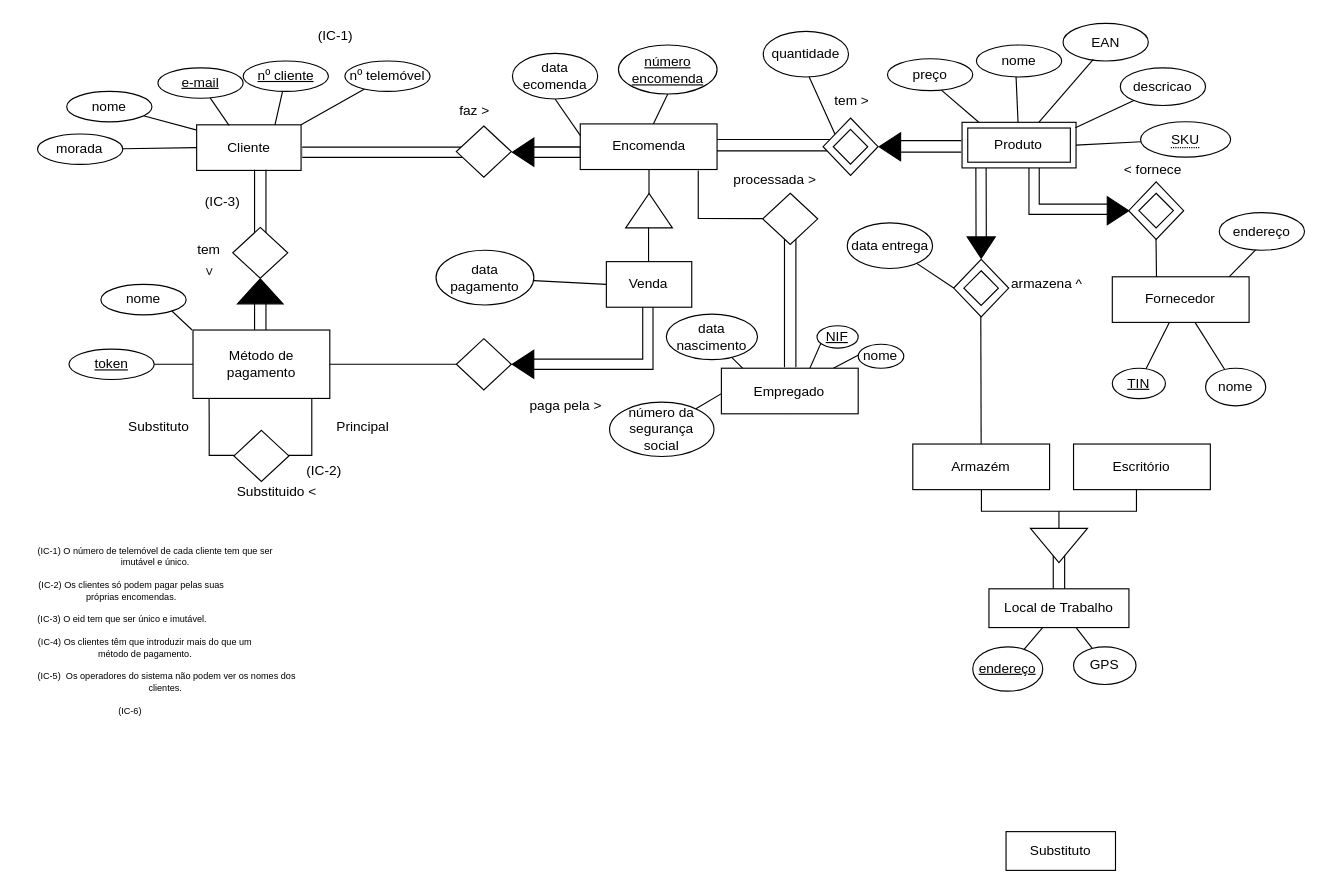
Earlier version of the draw.io diagram Diagrama sem nome.drawio (SamuelGoncalves8/Bd-project). Source tidied: cells renumbered, new cells numbered last; positions are measured from the earlier drawing's top-left corner, leaving out a move shared by most shapes. Both pictures are drawn from the tidied source at 114%, with x=0, y=0 at pixel (19, 18).
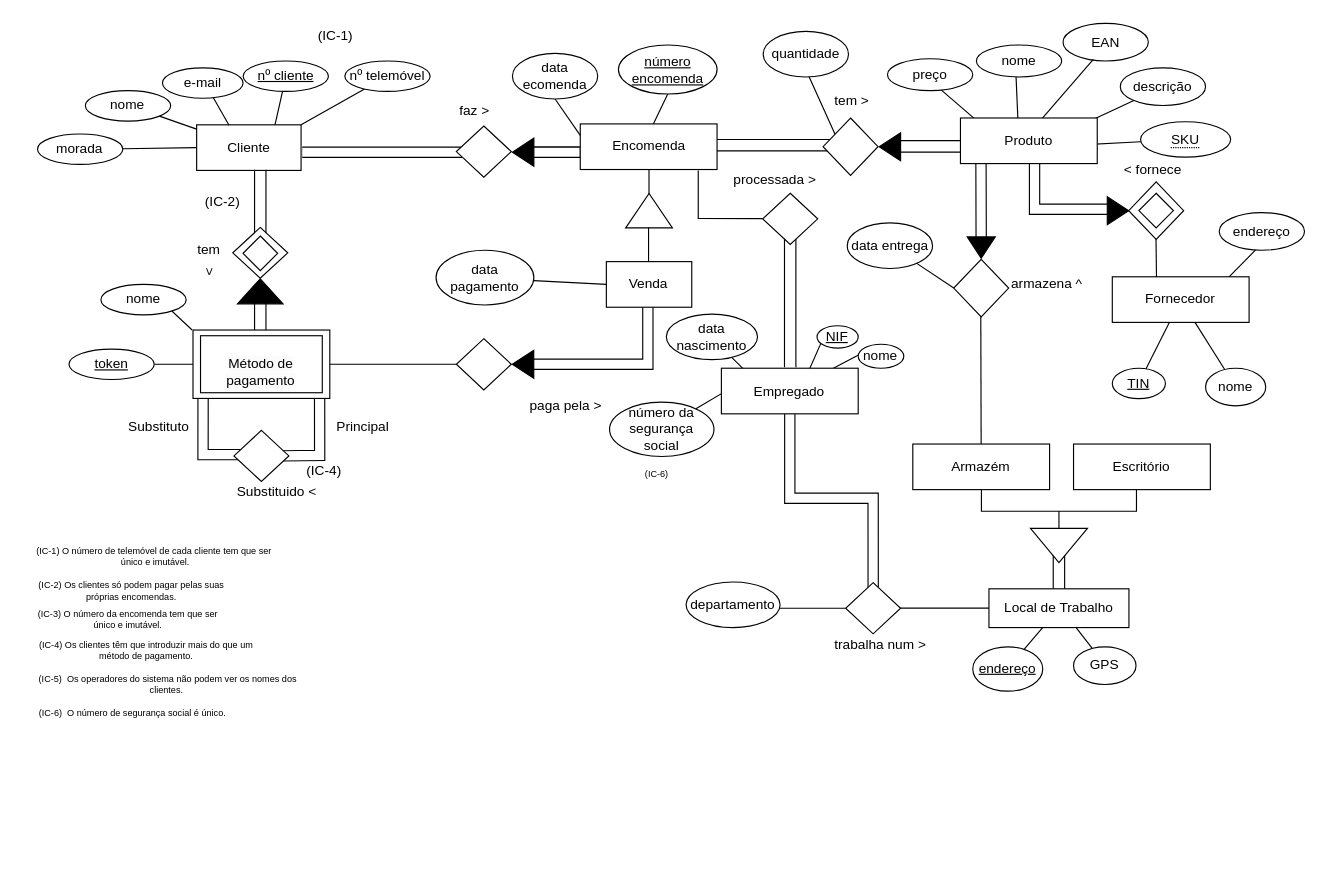
After the change.

The change refers to these unchanged cells:
```xml
<mxCell id="23" value="&lt;div&gt;Cliente&lt;/div&gt;" style="rounded=0;whiteSpace=wrap;html=1;" parent="1" vertex="1">
  <mxGeometry x="155" y="93" width="91.6" height="40" as="geometry" />
</mxCell>
<mxCell id="63" value="preço" style="ellipse;whiteSpace=wrap;html=1;" parent="1" vertex="1">
  <mxGeometry x="761" y="35" width="74.8" height="28" as="geometry" />
</mxCell>
<mxCell id="64" value="nome" style="ellipse;whiteSpace=wrap;html=1;" parent="1" vertex="1">
  <mxGeometry x="839" y="23" width="74.8" height="28" as="geometry" />
</mxCell>
<mxCell id="66" value="&lt;span style=&quot;border-bottom: 1px dotted&quot;&gt;SKU&lt;/span&gt;" style="ellipse;whiteSpace=wrap;html=1;align=center;" parent="1" vertex="1">
  <mxGeometry x="983" y="90.3" width="79" height="31" as="geometry" />
</mxCell>
<mxCell id="67" value="EAN" style="ellipse;whiteSpace=wrap;html=1;" parent="1" vertex="1">
  <mxGeometry x="915" y="4" width="74.8" height="33" as="geometry" />
</mxCell>
<mxCell id="102" style="rhombus;whiteSpace=wrap;html=1;" parent="1" vertex="1">
  <mxGeometry x="187.7" y="361" width="48.2" height="44.9" as="geometry" />
</mxCell>
<mxCell id="116" value="Empregado" style="rounded=0;whiteSpace=wrap;html=1;" parent="1" vertex="1">
  <mxGeometry x="615.3" y="306.5" width="120" height="40" as="geometry" />
</mxCell>
```

Diff of the diagram source:
```diff
@@
+    <mxCell id="127" style="shape=filledEdge;curved=0;rounded=0;fixDash=1;endArrow=none;strokeWidth=10;fillColor=#ffffff;edgeStyle=orthogonalEdgeStyle;html=1;entryX=0.978;entryY=0.905;entryDx=0;entryDy=0;entryPerimeter=0;" parent="1" edge="1" target="136">
+      <mxGeometry relative="1" as="geometry">
+        <mxPoint x="229" y="383.4" as="sourcePoint" />
+        <Array as="points">
+          <mxPoint x="230" y="383" />
+          <mxPoint x="263" y="383" />
+        </Array>
+      </mxGeometry>
+    </mxCell>
+    <mxCell id="128" style="shape=filledEdge;curved=0;rounded=0;fixDash=1;endArrow=none;strokeWidth=10;fillColor=#ffffff;edgeStyle=orthogonalEdgeStyle;html=1;exitX=0.021;exitY=0.898;exitDx=0;exitDy=0;exitPerimeter=0;entryX=0.152;entryY=0.474;entryDx=0;entryDy=0;entryPerimeter=0;" parent="1" edge="1" source="136" target="102">
+      <mxGeometry relative="1" as="geometry">
+        <Array as="points">
+          <mxPoint x="161" y="382" />
+        </Array>
+      </mxGeometry>
+    </mxCell>
+    <mxCell id="129" style="shape=filledEdge;curved=0;rounded=0;fixDash=1;endArrow=none;strokeWidth=10;fillColor=#ffffff;edgeStyle=orthogonalEdgeStyle;html=1;exitX=0.5;exitY=1;exitDx=0;exitDy=0;entryX=0.501;entryY=0.188;entryDx=0;entryDy=0;entryPerimeter=0;" parent="1" edge="1" source="116" target="131">
+      <mxGeometry relative="1" as="geometry" />
+    </mxCell>
@@
-    <mxCell id="13" style="shape=filledEdge;curved=0;rounded=0;fixDash=1;endArrow=none;strokeWidth=10;fillColor=#ffffff;edgeStyle=orthogonalEdgeStyle;html=1;exitX=0.632;exitY=0.976;exitDx=0;exitDy=0;exitPerimeter=0;" parent="1" edge="1" source="62">
+    <mxCell id="13" style="shape=filledEdge;curved=0;rounded=0;fixDash=1;endArrow=none;strokeWidth=10;fillColor=#ffffff;edgeStyle=orthogonalEdgeStyle;html=1;" parent="1" edge="1" source="62">
       <mxGeometry relative="1" as="geometry">
         <mxPoint x="955" y="167" as="targetPoint" />
         <Array as="points">
           <mxPoint x="890" y="167" />
         </Array>
       </mxGeometry>
     </mxCell>
-    <mxCell id="14" style="endArrow=none;html=1;rounded=0;entryX=0.464;entryY=0.942;entryDx=0;entryDy=0;entryPerimeter=0;" parent="1" edge="1" source="62" target="64">
-      <mxGeometry relative="1" as="geometry" />
+    <mxCell id="14" style="endArrow=none;html=1;rounded=0;entryX=0.464;entryY=0.942;entryDx=0;entryDy=0;entryPerimeter=0;" parent="1" edge="1" target="64">
+      <mxGeometry relative="1" as="geometry">
+        <mxPoint x="875.5" y="90.8" as="sourcePoint" />
+      </mxGeometry>
     </mxCell>
-    <mxCell id="15" style="endArrow=none;html=1;rounded=0;exitX=0.175;exitY=0.059;exitDx=0;exitDy=0;entryX=0.605;entryY=0.923;entryDx=0;entryDy=0;entryPerimeter=0;exitPerimeter=0;" parent="1" edge="1" source="62" target="63">
-      <mxGeometry relative="1" as="geometry" />
+    <mxCell id="15" style="endArrow=none;html=1;rounded=0;exitX=0.175;exitY=0.059;exitDx=0;exitDy=0;entryX=0.605;entryY=0.923;entryDx=0;entryDy=0;entryPerimeter=0;exitPerimeter=0;" parent="1" edge="1" target="63">
+      <mxGeometry relative="1" as="geometry">
+        <mxPoint x="843.9" y="93.2" as="sourcePoint" />
+      </mxGeometry>
     </mxCell>
@@
-    <mxCell id="26" style="endArrow=none;html=1;rounded=0;exitX=0.31;exitY=0.011;exitDx=0;exitDy=0;exitPerimeter=0;" parent="1" edge="1" source="23" target="27">
+    <mxCell id="26" style="endArrow=none;html=1;rounded=0;exitX=0.31;exitY=0.011;exitDx=0;exitDy=0;exitPerimeter=0;entryX=0.609;entryY=0.879;entryDx=0;entryDy=0;entryPerimeter=0;" parent="1" edge="1" source="23" target="27">
       <mxGeometry relative="1" as="geometry" />
     </mxCell>
-    <mxCell id="27" value="e-mail" style="ellipse;whiteSpace=wrap;html=1;fontStyle=4;" parent="1" vertex="1">
-      <mxGeometry x="121" y="43" width="74.8" height="26.7" as="geometry" />
-    </mxCell>
@@
     <mxCell id="32" value="nome" style="ellipse;whiteSpace=wrap;html=1;" parent="1" vertex="1">
-      <mxGeometry x="41" y="63.7" width="74.8" height="26.7" as="geometry" />
+      <mxGeometry x="57.4" y="63" width="74.8" height="26.7" as="geometry" />
     </mxCell>
@@
-    <mxCell id="41" value="Substituto" style="rounded=0;whiteSpace=wrap;html=1;" parent="1" vertex="1">
-      <mxGeometry x="865" y="713" width="96" height="34" as="geometry" />
-    </mxCell>
-    <mxCell id="42" style="endArrow=none;html=1;rounded=0;entryX=0.159;entryY=1.01;entryDx=0;entryDy=0;entryPerimeter=0;" parent="1" edge="1">
-      <mxGeometry relative="1" as="geometry">
-        <mxPoint x="196" y="383" as="sourcePoint" />
-        <mxPoint x="165.9" y="333.6" as="targetPoint" />
-        <Array as="points">
-          <mxPoint x="166" y="383" />
-          <mxPoint x="166" y="353" />
-        </Array>
-      </mxGeometry>
-    </mxCell>
@@
-    <mxCell id="44" value="&lt;div&gt;&lt;font style=&quot;font-size: 12px;&quot;&gt;(IC-2)&lt;/font&gt;&lt;/div&gt;" style="text;html=1;strokeColor=none;fillColor=none;align=center;verticalAlign=middle;whiteSpace=wrap;rounded=0;fontSize=8;" parent="1" vertex="1">
+    <mxCell id="44" value="&lt;div&gt;&lt;font style=&quot;font-size: 12px;&quot;&gt;(IC-4)&lt;/font&gt;&lt;/div&gt;" style="text;html=1;strokeColor=none;fillColor=none;align=center;verticalAlign=middle;whiteSpace=wrap;rounded=0;fontSize=8;" parent="1" vertex="1">
       <mxGeometry x="235" y="381" width="64.2" height="32" as="geometry" />
     </mxCell>
@@
-    <mxCell id="46" style="endArrow=none;html=1;rounded=0;" parent="1" edge="1">
-      <mxGeometry relative="1" as="geometry">
-        <mxPoint x="245" y="383" as="sourcePoint" />
-        <mxPoint x="256" y="333" as="targetPoint" />
-        <Array as="points">
-          <mxPoint x="225" y="383" />
-          <mxPoint x="256" y="383" />
-          <mxPoint x="256" y="363" />
-          <mxPoint x="256" y="344" />
-        </Array>
-      </mxGeometry>
-    </mxCell>
@@
-    <mxCell id="57" value="Método de pagamento" style="rounded=0;whiteSpace=wrap;html=1;" parent="1" vertex="1">
+    <mxCell id="57" style="rounded=0;whiteSpace=wrap;html=1;" parent="1" vertex="1">
       <mxGeometry x="151.8" y="273" width="120" height="60" as="geometry" />
     </mxCell>
@@
-    <mxCell id="62" value="Produto" style="shape=ext;margin=3;double=1;whiteSpace=wrap;html=1;align=center;" parent="1" vertex="1">
-      <mxGeometry x="826.4" y="90.8" width="100" height="40" as="geometry" />
-    </mxCell>
@@
-    <mxCell id="65" value="descricao" style="ellipse;whiteSpace=wrap;html=1;" parent="1" vertex="1">
+    <mxCell id="65" value="descrição" style="ellipse;whiteSpace=wrap;html=1;" parent="1" vertex="1">
       <mxGeometry x="965.2" y="43" width="74.8" height="33" as="geometry" />
     </mxCell>
@@
-    <mxCell id="69" style="endArrow=none;html=1;rounded=0;entryX=0.355;entryY=0.957;entryDx=0;entryDy=0;entryPerimeter=0;" parent="1" edge="1" source="62" target="67">
-      <mxGeometry relative="1" as="geometry" />
+    <mxCell id="69" style="endArrow=none;html=1;rounded=0;entryX=0.355;entryY=0.957;entryDx=0;entryDy=0;entryPerimeter=0;" parent="1" edge="1" target="67">
+      <mxGeometry relative="1" as="geometry">
+        <mxPoint x="893.7" y="90.8" as="sourcePoint" />
+      </mxGeometry>
     </mxCell>
-    <mxCell id="70" style="endArrow=none;html=1;rounded=0;exitX=0.994;exitY=0.119;exitDx=0;exitDy=0;exitPerimeter=0;" parent="1" edge="1" source="62" target="65">
-      <mxGeometry relative="1" as="geometry" />
+    <mxCell id="70" style="endArrow=none;html=1;rounded=0;exitX=0.994;exitY=0.119;exitDx=0;exitDy=0;exitPerimeter=0;" parent="1" edge="1" target="65">
+      <mxGeometry relative="1" as="geometry">
+        <mxPoint x="925.8" y="95.6" as="sourcePoint" />
+      </mxGeometry>
     </mxCell>
-    <mxCell id="71" style="endArrow=none;html=1;rounded=0;exitX=1;exitY=0.5;exitDx=0;exitDy=0;" parent="1" edge="1" source="62" target="66">
-      <mxGeometry relative="1" as="geometry" />
+    <mxCell id="71" style="endArrow=none;html=1;rounded=0;exitX=1;exitY=0.5;exitDx=0;exitDy=0;" parent="1" edge="1" target="66">
+      <mxGeometry relative="1" as="geometry">
+        <mxPoint x="926.4" y="110.8" as="sourcePoint" />
+      </mxGeometry>
     </mxCell>
@@
-    <mxCell id="87" value="&lt;div&gt;(IC-1) O número de telemóvel de cada cliente tem que ser imutável e único.&lt;/div&gt;" style="text;html=1;strokeColor=none;fillColor=none;align=center;verticalAlign=middle;whiteSpace=wrap;rounded=0;fontSize=8;" parent="1" vertex="1">
+    <mxCell id="87" value="&lt;div&gt;(IC-1) O número de telemóvel de cada cliente tem que ser&amp;nbsp; único e imutável.&lt;/div&gt;" style="text;html=1;strokeColor=none;fillColor=none;align=center;verticalAlign=middle;whiteSpace=wrap;rounded=0;fontSize=8;" parent="1" vertex="1">
       <mxGeometry x="9" y="457" width="220" height="30" as="geometry" />
     </mxCell>
     <mxCell id="88" value="&lt;div&gt;(IC-5)&amp;nbsp; Os operadores do sistema não podem ver os nomes dos clientes.&amp;nbsp;&lt;/div&gt;" style="text;html=1;strokeColor=none;fillColor=none;align=center;verticalAlign=middle;whiteSpace=wrap;rounded=0;fontSize=8;" parent="1" vertex="1">
-      <mxGeometry x="12.6" y="567" width="232" height="30" as="geometry" />
+      <mxGeometry x="13.6" y="569" width="232" height="30" as="geometry" />
     </mxCell>
     <mxCell id="89" value="&lt;div&gt;(IC-4) Os clientes têm que introduzir mais do que um método de pagamento.&lt;/div&gt;" style="text;html=1;strokeColor=none;fillColor=none;align=center;verticalAlign=middle;whiteSpace=wrap;rounded=0;fontSize=8;" parent="1" vertex="1">
-      <mxGeometry x="13" y="537" width="193.5" height="30" as="geometry" />
+      <mxGeometry x="14" y="539" width="193.5" height="30" as="geometry" />
     </mxCell>
-    <mxCell id="90" value="&lt;div&gt;(IC-3) O eid tem que ser único e imutável.&lt;/div&gt;" style="text;html=1;strokeColor=none;fillColor=none;align=center;verticalAlign=middle;whiteSpace=wrap;rounded=0;fontSize=8;" parent="1" vertex="1">
-      <mxGeometry x="-0.2" y="512" width="180" height="30" as="geometry" />
+    <mxCell id="90" value="&lt;div&gt;(IC-3) O número da encomenda tem que ser único e imutável.&lt;/div&gt;" style="text;html=1;strokeColor=none;fillColor=none;align=center;verticalAlign=middle;whiteSpace=wrap;rounded=0;fontSize=8;" parent="1" vertex="1">
+      <mxGeometry x="4.8" y="512" width="180" height="30" as="geometry" />
     </mxCell>
@@
-    <mxCell id="92" value="&lt;div&gt;(IC-6)&amp;nbsp;&lt;/div&gt;" style="text;html=1;strokeColor=none;fillColor=none;align=center;verticalAlign=middle;whiteSpace=wrap;rounded=0;fontSize=8;" parent="1" vertex="1">
-      <mxGeometry x="1" y="592" width="193.5" height="30" as="geometry" />
+    <mxCell id="92" value="&lt;div&gt;(IC-6)&amp;nbsp; O número de segurança social é único.&lt;/div&gt;" style="text;html=1;strokeColor=none;fillColor=none;align=center;verticalAlign=middle;whiteSpace=wrap;rounded=0;fontSize=8;" parent="1" vertex="1">
+      <mxGeometry x="2" y="594" width="193.5" height="30" as="geometry" />
     </mxCell>
@@
-    <mxCell id="94" value="(IC-3)" style="text;html=1;strokeColor=none;fillColor=none;align=center;verticalAlign=middle;whiteSpace=wrap;rounded=0;rotation=0;" parent="1" vertex="1">
+    <mxCell id="94" value="(IC-2)" style="text;html=1;strokeColor=none;fillColor=none;align=center;verticalAlign=middle;whiteSpace=wrap;rounded=0;rotation=0;" parent="1" vertex="1">
       <mxGeometry x="147.8" y="145.6" width="60" height="30" as="geometry" />
     </mxCell>
@@
-    <mxCell id="100" style="rhombus;whiteSpace=wrap;html=1;" parent="1" vertex="1">
-      <mxGeometry x="713.4" y="97" width="30.3" height="30.5" as="geometry" />
-    </mxCell>
@@
-    <mxCell id="106" style="rhombus;whiteSpace=wrap;html=1;" parent="1" vertex="1">
-      <mxGeometry x="828" y="221" width="30.3" height="30.5" as="geometry" />
-    </mxCell>
@@
+    <mxCell id="130" style="endArrow=none;html=1;rounded=0;" parent="1" edge="1">
+      <mxGeometry relative="1" as="geometry">
+        <mxPoint x="770" y="517" as="sourcePoint" />
+        <mxPoint x="850" y="517" as="targetPoint" />
+      </mxGeometry>
+    </mxCell>
+    <mxCell id="131" style="rhombus;whiteSpace=wrap;html=1;" parent="1" vertex="1">
+      <mxGeometry x="724.3" y="494.6" width="48.2" height="44.9" as="geometry" />
+    </mxCell>
+    <mxCell id="132" style="endArrow=none;html=1;rounded=0;entryX=0;entryY=0.5;entryDx=0;entryDy=0;exitX=0.965;exitY=0.576;exitDx=0;exitDy=0;exitPerimeter=0;" parent="1" edge="1" source="133" target="131">
+      <mxGeometry relative="1" as="geometry" />
+    </mxCell>
+    <mxCell id="133" value="departamento" style="ellipse;whiteSpace=wrap;html=1;" parent="1" vertex="1">
+      <mxGeometry x="584.3" y="494" width="82.5" height="40" as="geometry" />
+    </mxCell>
+    <mxCell id="134" value="trabalha num &amp;gt;" style="text;html=1;strokeColor=none;fillColor=none;align=center;verticalAlign=middle;whiteSpace=wrap;rounded=0;" parent="1" vertex="1">
+      <mxGeometry x="708.5" y="534" width="92" height="30" as="geometry" />
+    </mxCell>
+    <mxCell id="135" style="rhombus;whiteSpace=wrap;html=1;" parent="1" vertex="1">
+      <mxGeometry x="195.7" y="190.5" width="30.3" height="30.5" as="geometry" />
+    </mxCell>
+    <mxCell id="136" value="&lt;br&gt;&lt;span style=&quot;color: rgb(0, 0, 0); font-family: Helvetica; font-size: 12px; font-style: normal; font-variant-ligatures: normal; font-variant-caps: normal; font-weight: 400; letter-spacing: normal; orphans: 2; text-indent: 0px; text-transform: none; widows: 2; word-spacing: 0px; -webkit-text-stroke-width: 0px; background-color: rgb(251, 251, 251); text-decoration-thickness: initial; text-decoration-style: initial; text-decoration-color: initial; float: none; display: inline !important;&quot;&gt;Método de pagamento&lt;/span&gt;&lt;br&gt;" style="rounded=0;whiteSpace=wrap;html=1;align=center;" parent="1" vertex="1">
+      <mxGeometry x="158.4" y="278" width="106.8" height="50" as="geometry" />
+    </mxCell>
+    <mxCell id="27" value="e-mail" style="ellipse;whiteSpace=wrap;html=1;" parent="1" vertex="1">
+      <mxGeometry x="125" y="43" width="70.7" height="26.7" as="geometry" />
+    </mxCell>
+    <mxCell id="137" value="&lt;div&gt;(IC-6)&amp;nbsp;&lt;/div&gt;" style="text;html=1;strokeColor=none;fillColor=none;align=center;verticalAlign=middle;whiteSpace=wrap;rounded=0;fontSize=8;" parent="1" vertex="1">
+      <mxGeometry x="504" y="383.9" width="111.8" height="30" as="geometry" />
+    </mxCell>
+    <mxCell id="62" value="Produto" style="rounded=0;whiteSpace=wrap;html=1;" parent="1" vertex="1">
+      <mxGeometry x="825" y="87" width="120" height="40" as="geometry" />
+    </mxCell>
```
